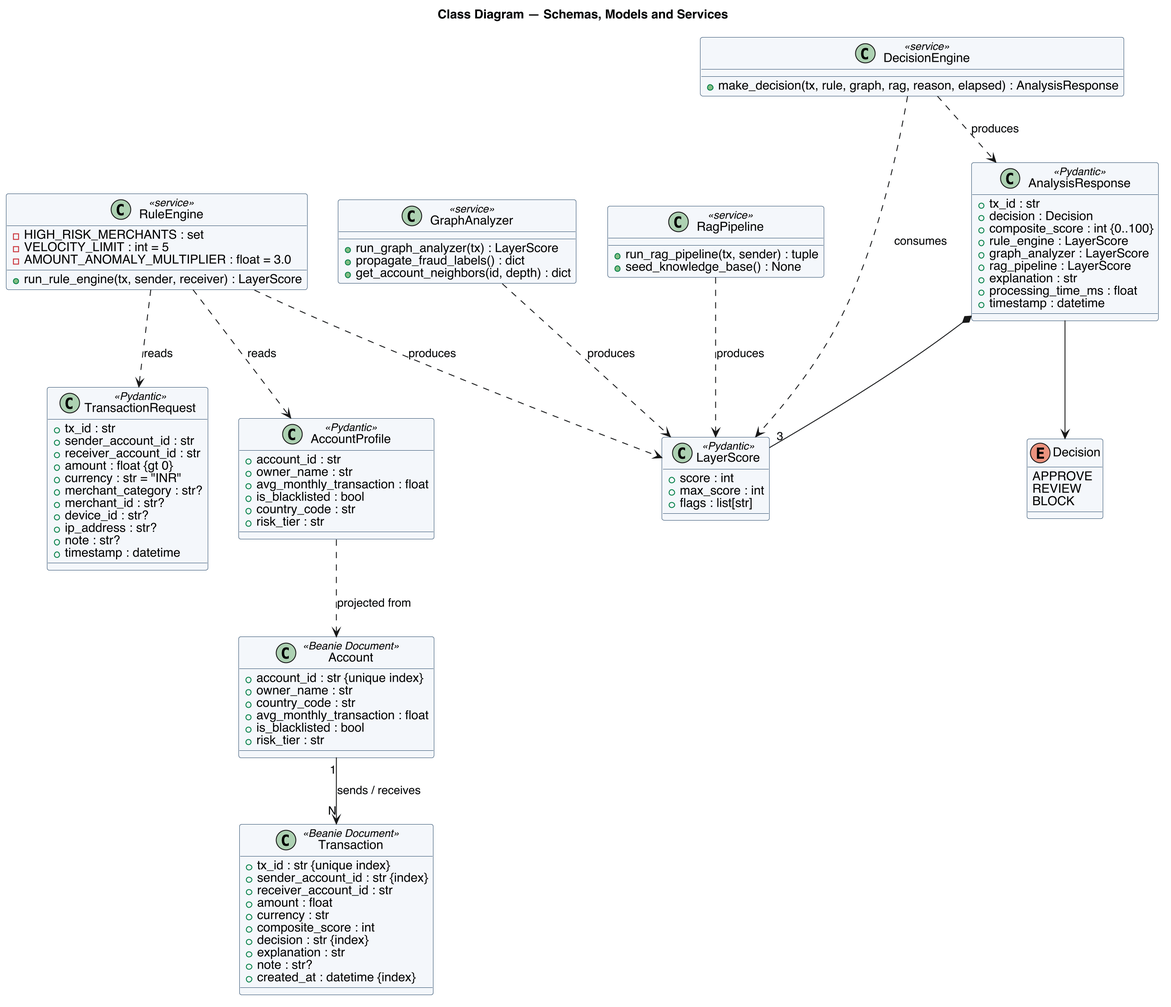
This is docs/diagrams/05-class.png from OMJOSHI15/indus11, a PlantUML export, as it was before one commit.
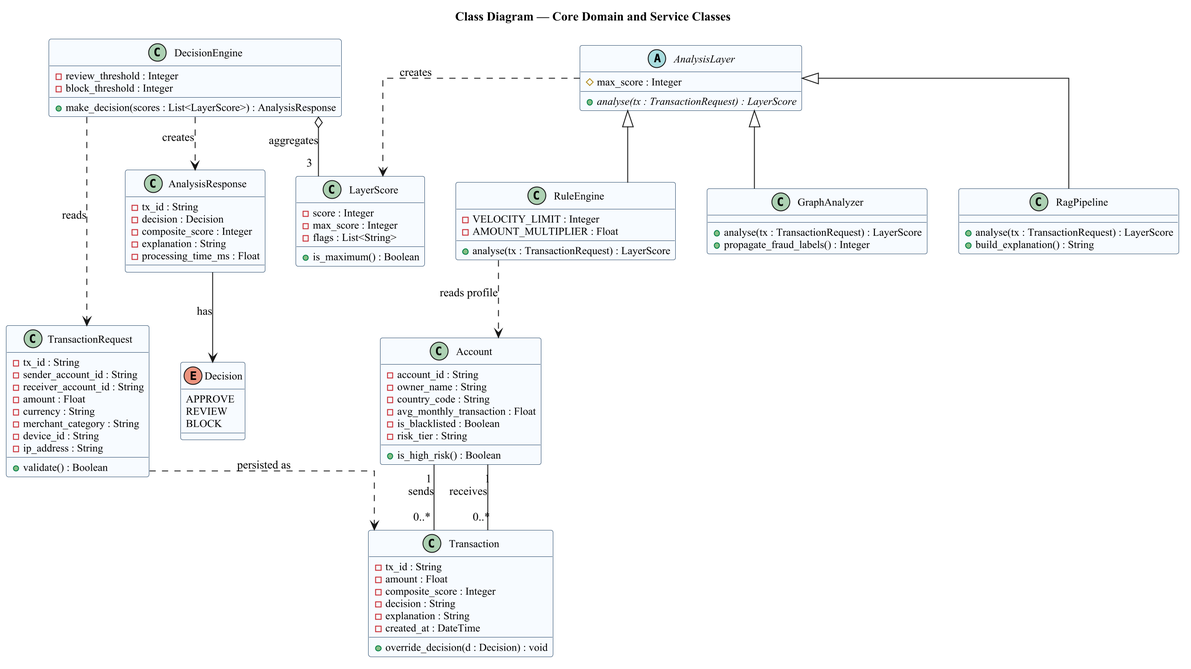
After the commit.

Change to the diagram source:
```diff
@@ -2,101 +2,96 @@
 skinparam dpi 200
 skinparam backgroundColor white
 skinparam shadowing false
-skinparam defaultFontName Helvetica
+skinparam defaultFontName Times New Roman
+skinparam defaultFontSize 13
+skinparam linetype ortho
 skinparam class {
   BorderColor #2F4F6F
-  BackgroundColor #F4F7FB
+  BackgroundColor #F7FAFF
+  FontName Times New Roman
+  AttributeFontName Times New Roman
+  AttributeFontSize 12
 }
-title Class Diagram — Schemas, Models and Services
+title Class Diagram — Core Domain and Service Classes
 enum Decision {
   APPROVE
   REVIEW
   BLOCK
 }
-class TransactionRequest <<Pydantic>> {
-  + tx_id : str
-  + sender_account_id : str
-  + receiver_account_id : str
-  + amount : float {gt 0}
-  + currency : str = "INR"
-  + merchant_category : str?
-  + merchant_id : str?
-  + device_id : str?
-  + ip_address : str?
-  + note : str?
-  + timestamp : datetime
+class TransactionRequest {
+  - tx_id : String
+  - sender_account_id : String
+  - receiver_account_id : String
+  - amount : Float
+  - currency : String
+  - merchant_category : String
+  - device_id : String
+  - ip_address : String
+  + validate() : Boolean
 }
-class LayerScore <<Pydantic>> {
-  + score : int
-  + max_score : int
-  + flags : list[str]
+class LayerScore {
+  - score : Integer
+  - max_score : Integer
+  - flags : List<String>
+  + is_maximum() : Boolean
 }
-class AnalysisResponse <<Pydantic>> {
-  + tx_id : str
-  + decision : Decision
-  + composite_score : int {0..100}
-  + rule_engine : LayerScore
-  + graph_analyzer : LayerScore
-  + rag_pipeline : LayerScore
-  + explanation : str
-  + processing_time_ms : float
-  + timestamp : datetime
+class AnalysisResponse {
+  - tx_id : String
+  - decision : Decision
+  - composite_score : Integer
+  - explanation : String
+  - processing_time_ms : Float
 }
-class AccountProfile <<Pydantic>> {
-  + account_id : str
-  + owner_name : str
-  + avg_monthly_transaction : float
-  + is_blacklisted : bool
-  + country_code : str
-  + risk_tier : str
+class Account {
+  - account_id : String
+  - owner_name : String
+  - country_code : String
+  - avg_monthly_transaction : Float
+  - is_blacklisted : Boolean
+  - risk_tier : String
+  + is_high_risk() : Boolean
 }
-class RuleEngine <<service>> {
-  + run_rule_engine(tx, sender, receiver) : LayerScore
-  - HIGH_RISK_MERCHANTS : set
-  - VELOCITY_LIMIT : int = 5
-  - AMOUNT_ANOMALY_MULTIPLIER : float = 3.0
+class Transaction {
+  - tx_id : String
+  - amount : Float
+  - composite_score : Integer
+  - decision : String
+  - explanation : String
+  - created_at : DateTime
+  + override_decision(d : Decision) : void
 }
-class GraphAnalyzer <<service>> {
-  + run_graph_analyzer(tx) : LayerScore
-  + propagate_fraud_labels() : dict
-  + get_account_neighbors(id, depth) : dict
+abstract class AnalysisLayer {
+  # max_score : Integer
+  + {abstract} analyse(tx : TransactionRequest) : LayerScore
 }
-class RagPipeline <<service>> {
-  + run_rag_pipeline(tx, sender) : tuple
-  + seed_knowledge_base() : None
+class RuleEngine {
+  - VELOCITY_LIMIT : Integer
+  - AMOUNT_MULTIPLIER : Float
+  + analyse(tx : TransactionRequest) : LayerScore
 }
-class DecisionEngine <<service>> {
-  + make_decision(tx, rule, graph, rag, reason, elapsed) : AnalysisResponse
+class GraphAnalyzer {
+  + analyse(tx : TransactionRequest) : LayerScore
+  + propagate_fraud_labels() : Integer
 }
-class Transaction <<Beanie Document>> {
-  + tx_id : str {unique index}
-  + sender_account_id : str {index}
-  + receiver_account_id : str
-  + amount : float
-  + currency : str
-  + composite_score : int
-  + decision : str {index}
-  + explanation : str
-  + note : str?
-  + created_at : datetime {index}
+class RagPipeline {
+  + analyse(tx : TransactionRequest) : LayerScore
+  + build_explanation() : String
 }
-class Account <<Beanie Document>> {
-  + account_id : str {unique index}
-  + owner_name : str
-  + country_code : str
-  + avg_monthly_transaction : float
-  + is_blacklisted : bool
-  + risk_tier : str
+class DecisionEngine {
+  - review_threshold : Integer
+  - block_threshold : Integer
+  + make_decision(scores : List<LayerScore>) : AnalysisResponse
 }
-AnalysisResponse *-- "3" LayerScore
-AnalysisResponse --> Decision
-RuleEngine ..> LayerScore : produces
-GraphAnalyzer ..> LayerScore : produces
-RagPipeline ..> LayerScore : produces
-DecisionEngine ..> AnalysisResponse : produces
-DecisionEngine ..> LayerScore : consumes
-RuleEngine ..> TransactionRequest : reads
-RuleEngine ..> AccountProfile : reads
-Account "1" --> "N" Transaction : sends / receives
-AccountProfile ..> Account : projected from
+AnalysisLayer <|-- RuleEngine
+AnalysisLayer <|-- GraphAnalyzer
+AnalysisLayer <|-- RagPipeline
+AnalysisLayer ..> LayerScore : creates
+DecisionEngine o-- "3" LayerScore : aggregates
+DecisionEngine ..> AnalysisResponse : creates
+AnalysisResponse --> Decision : has
+DecisionEngine ..> TransactionRequest : reads
+Account "1" -- "0..*" Transaction : sends
+Account "1" -- "0..*" Transaction : receives
+TransactionRequest ..> Transaction : persisted as
+RuleEngine ..> Account : reads profile
 @enduml
```
